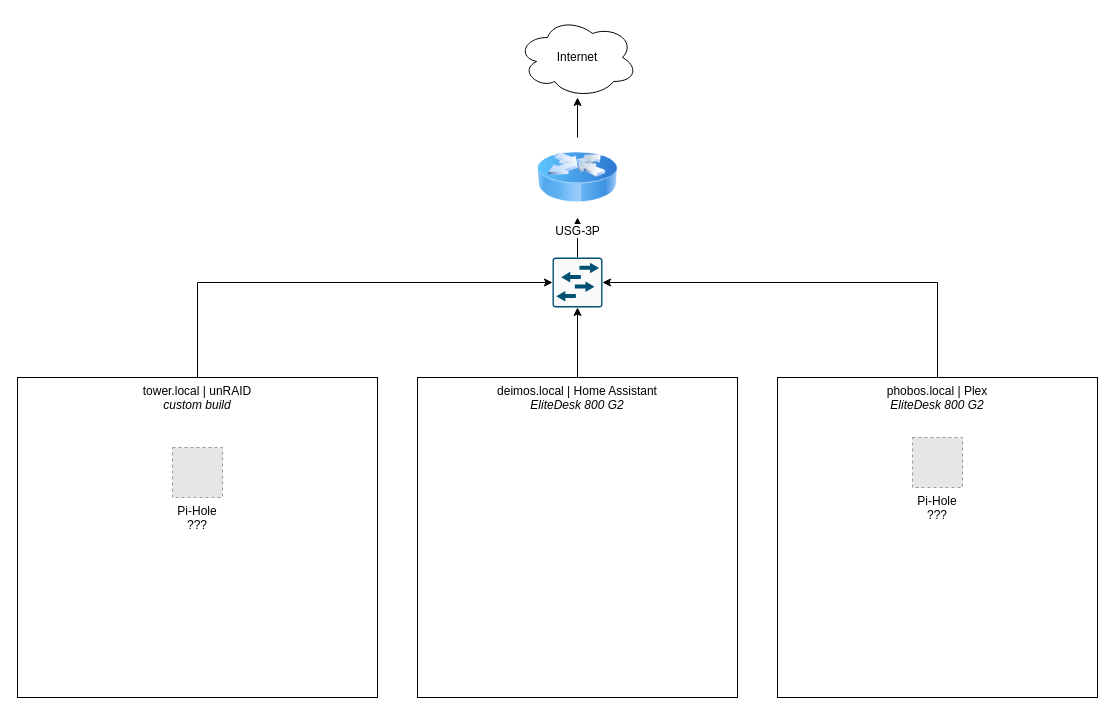
Before: homelab.drawio in thecomalley/homelab, a draw.io diagram. Source tidied: cells renumbered, new cells numbered last; positions are measured from the earlier drawing's top-left corner, leaving out a move shared by most shapes. Both pictures are drawn from the tidied source at 100%, with x=0, y=0 at pixel (17, 17). Pictures stored in the file or linked from it are replaced by grey dashed boxes.
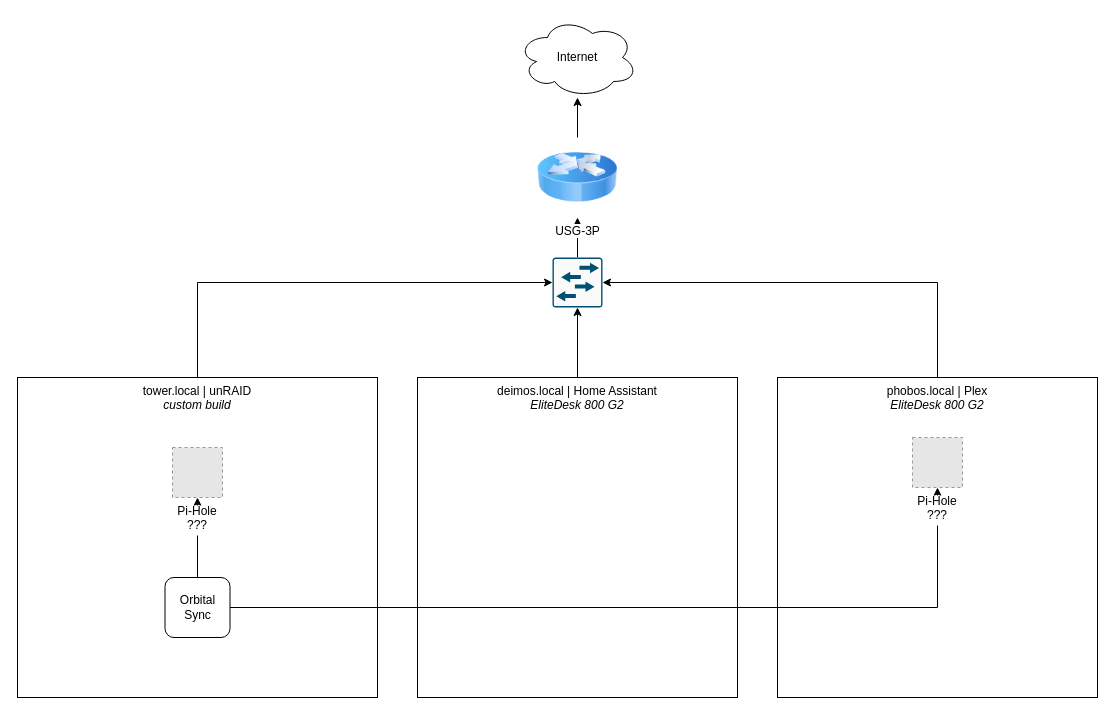
The same diagram, later.

The change refers to these unchanged cells:
```xml
<mxCell id="15" value="Pi-Hole&#10;???&#10;" style="fillColor=#E6E6E6;strokeColor=#999999;dashed=1;verticalLabelPosition=bottom;labelBackgroundColor=default;verticalAlign=top;" parent="14" vertex="1">
  <mxGeometry x="895" y="420" width="50" height="50" as="geometry" />
</mxCell>
```

Change to the diagram source:
```diff
@@
+    <mxCell id="17" style="edgeStyle=orthogonalEdgeStyle;rounded=0;jettySize=auto;html=1;" parent="14" edge="1" source="19" target="16">
+      <mxGeometry relative="1" as="geometry" />
+    </mxCell>
+    <mxCell id="18" style="edgeStyle=orthogonalEdgeStyle;rounded=0;jettySize=auto;html=1;" parent="14" edge="1" source="19" target="15">
+      <mxGeometry relative="1" as="geometry" />
+    </mxCell>
+    <mxCell id="19" value="Orbital Sync" style="rounded=1;whiteSpace=wrap;html=1;" parent="14" vertex="1">
+      <mxGeometry x="147.5" y="560" width="65" height="60" as="geometry" />
+    </mxCell>
+    <mxCell id="16" value="Pi-Hole&#10;???&#10;" style="fillColor=#E6E6E6;strokeColor=#999999;dashed=1;verticalLabelPosition=bottom;labelBackgroundColor=default;verticalAlign=top;" parent="14" vertex="1">
+      <mxGeometry x="155" y="430" width="50" height="50" as="geometry" />
+    </mxCell>
@@
-    <mxCell id="16" value="Pi-Hole&#10;???&#10;" style="fillColor=#E6E6E6;strokeColor=#999999;dashed=1;verticalLabelPosition=bottom;labelBackgroundColor=default;verticalAlign=top;" parent="14" vertex="1">
-      <mxGeometry x="155" y="430" width="50" height="50" as="geometry" />
-    </mxCell>
```
